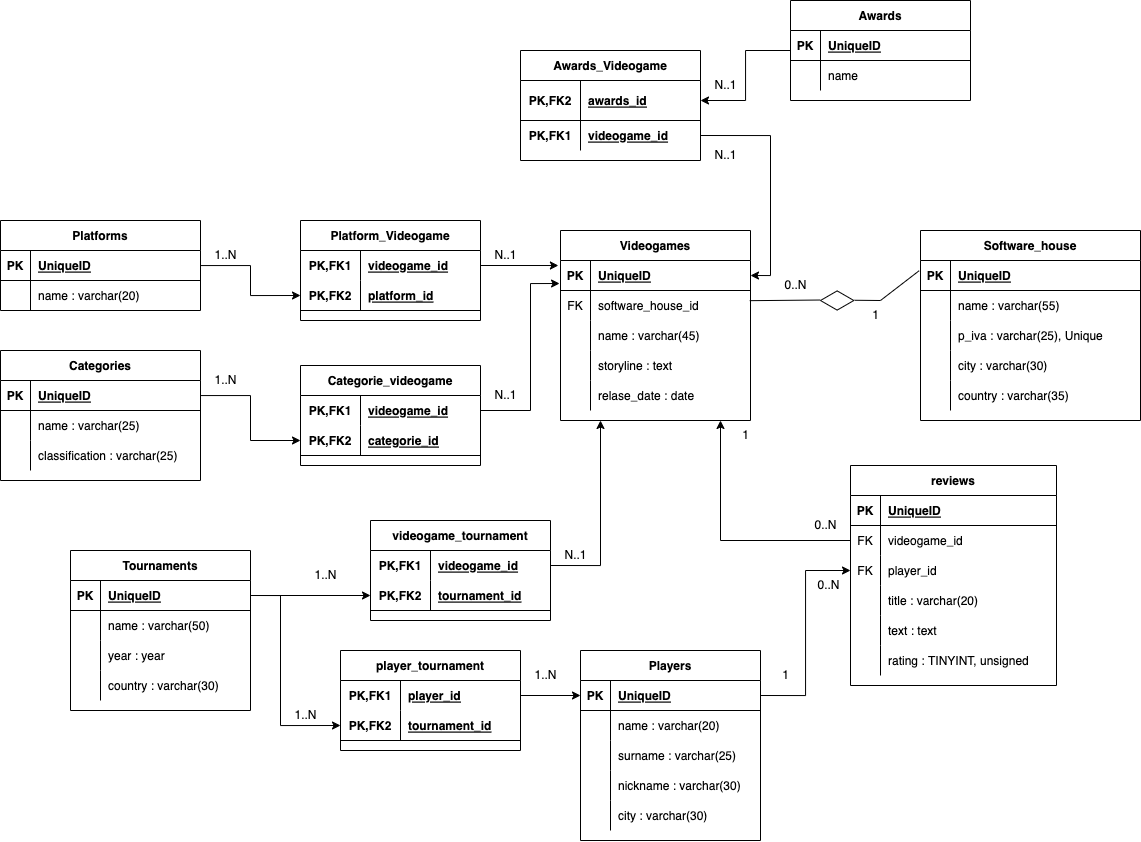
Above: DB-videogames.png in Andreaboldrin97/db-videogames (draw.io), before the change. Source tidied: cells renumbered, new cells last; positions are measured from the earlier drawing's top-left corner, leaving out a move shared by most shapes.
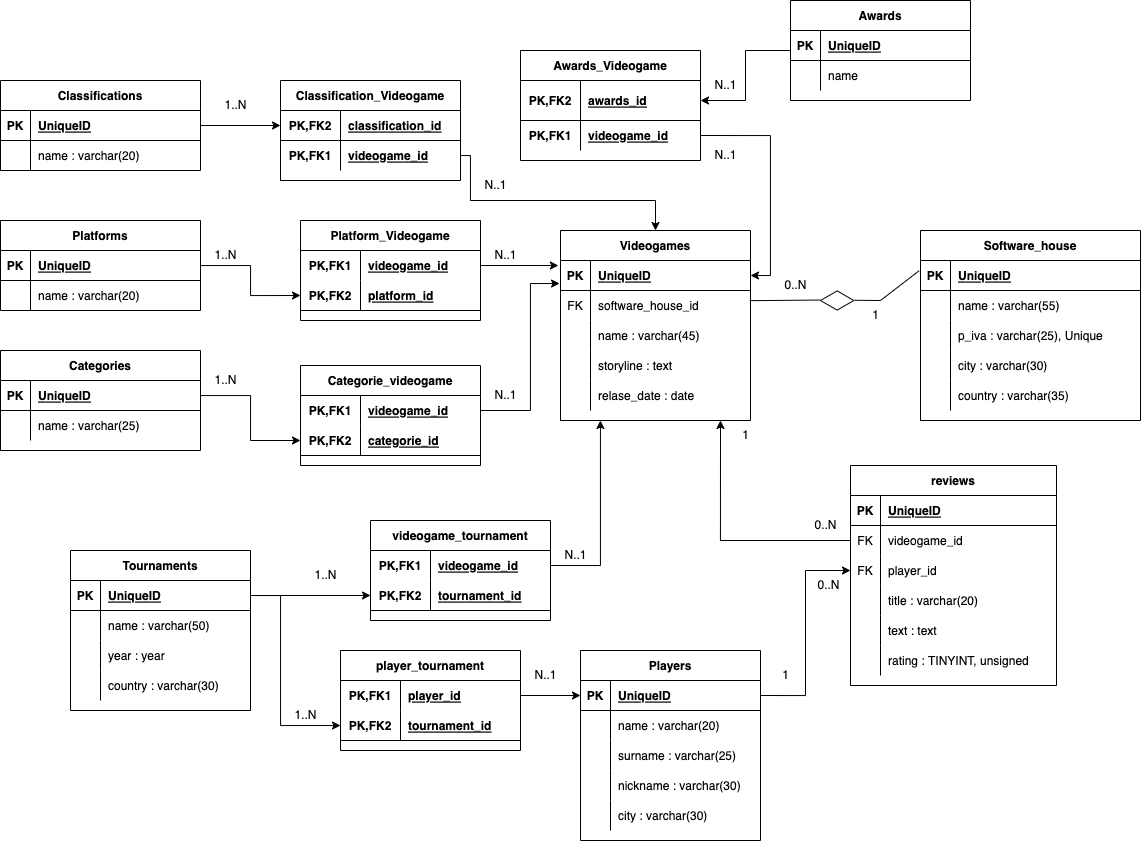
After the commit.

What changed in the source:
```diff
@@ -3,7 +3,7 @@
     <mxCell id="0" />
     <mxCell id="1" parent="0" />
     <mxCell id="2" value="Categories" style="shape=table;startSize=30;rowLines=0;fontStyle=1;align=center;" parent="1" vertex="1">
-      <mxGeometry y="350" width="200" height="130" as="geometry" />
+      <mxGeometry y="350" width="200" height="100" as="geometry" />
     </mxCell>
     <mxCell id="3" style="shape=tableRow;horizontal=0;startSize=0;swimlaneHead=0;swimlaneBody=0;fillColor=none;points=[[0,0.5],[1,0.5]];portConstraint=eastwest;top=0;left=0;right=0;bottom=1;" parent="2" vertex="1">
       <mxGeometry y="30" width="200" height="30" as="geometry" />
@@ -23,15 +23,6 @@
     <mxCell id="8" value="name : varchar(25)" style="shape=partialRectangle;fillColor=none;top=0;left=0;bottom=0;right=0;align=left;spacingLeft=6;overflow=hidden;" parent="6" vertex="1">
       <mxGeometry x="30" width="170" height="30" as="geometry" />
     </mxCell>
-    <mxCell id="9" style="shape=tableRow;horizontal=0;startSize=0;swimlaneHead=0;swimlaneBody=0;fillColor=none;top=0;left=0;right=0;bottom=0;" parent="2" vertex="1">
-      <mxGeometry y="90" width="200" height="30" as="geometry" />
-    </mxCell>
-    <mxCell id="10" style="shape=partialRectangle;fillColor=none;top=0;left=0;bottom=0;right=0;overflow=hidden;" parent="9" vertex="1">
-      <mxGeometry width="30" height="30" as="geometry" />
-    </mxCell>
-    <mxCell id="11" value="classification : varchar(25)" style="shape=partialRectangle;fillColor=none;top=0;left=0;bottom=0;right=0;align=left;spacingLeft=6;overflow=hidden;" parent="9" vertex="1">
-      <mxGeometry x="30" width="170" height="30" as="geometry" />
-    </mxCell>
     <mxCell id="12" value="Videogames" style="shape=table;startSize=30;rowLines=0;fontStyle=1;align=center;" parent="1" vertex="1">
       <mxGeometry x="560" y="230" width="190" height="190" as="geometry" />
     </mxCell>
@@ -462,7 +453,7 @@
     <mxCell id="147" value="&lt;font style=&quot;font-size: 12px;&quot;&gt;1..N&lt;/font&gt;" style="text;html=1;align=center;verticalAlign=middle;strokeColor=none;fillColor=none;" parent="1" vertex="1">
       <mxGeometry x="280" y="700" width="50" height="30" as="geometry" />
     </mxCell>
-    <mxCell id="148" value="&lt;font style=&quot;font-size: 12px;&quot;&gt;1..N&lt;/font&gt;" style="text;html=1;align=center;verticalAlign=middle;strokeColor=none;fillColor=none;" parent="1" vertex="1">
+    <mxCell id="148" value="N..1" style="text;html=1;align=center;verticalAlign=middle;strokeColor=none;fillColor=none;" parent="1" vertex="1">
       <mxGeometry x="520" y="660" width="50" height="30" as="geometry" />
     </mxCell>
     <mxCell id="149" value="N..1" style="text;html=1;align=center;verticalAlign=middle;strokeColor=none;fillColor=none;" parent="1" vertex="1">
@@ -534,5 +525,65 @@
     <mxCell id="171" value="N..1" style="text;html=1;align=center;verticalAlign=middle;strokeColor=none;fillColor=none;" parent="1" vertex="1">
       <mxGeometry x="700" y="140" width="50" height="30" as="geometry" />
     </mxCell>
+    <mxCell id="172" value="Classifications" style="shape=table;startSize=30;rowLines=0;fontStyle=1;align=center;" parent="1" vertex="1">
+      <mxGeometry y="80" width="200" height="90" as="geometry" />
+    </mxCell>
+    <mxCell id="173" style="shape=tableRow;horizontal=0;startSize=0;swimlaneHead=0;swimlaneBody=0;fillColor=none;points=[[0,0.5],[1,0.5]];portConstraint=eastwest;top=0;left=0;right=0;bottom=1;" parent="172" vertex="1">
+      <mxGeometry y="30" width="200" height="30" as="geometry" />
+    </mxCell>
+    <mxCell id="174" value="PK" style="shape=partialRectangle;fillColor=none;top=0;left=0;bottom=0;right=0;fontStyle=1;overflow=hidden;" parent="173" vertex="1">
+      <mxGeometry width="30" height="30" as="geometry" />
+    </mxCell>
+    <mxCell id="175" value="UniqueID" style="shape=partialRectangle;fillColor=none;top=0;left=0;bottom=0;right=0;align=left;spacingLeft=6;fontStyle=5;overflow=hidden;" parent="173" vertex="1">
+      <mxGeometry x="30" width="170" height="30" as="geometry" />
+    </mxCell>
+    <mxCell id="176" style="shape=tableRow;horizontal=0;startSize=0;swimlaneHead=0;swimlaneBody=0;fillColor=none;top=0;left=0;right=0;bottom=0;" parent="172" vertex="1">
+      <mxGeometry y="60" width="200" height="30" as="geometry" />
+    </mxCell>
+    <mxCell id="10" style="shape=partialRectangle;fillColor=none;top=0;left=0;bottom=0;right=0;overflow=hidden;" parent="176" vertex="1">
+      <mxGeometry width="30" height="30" as="geometry" />
+    </mxCell>
+    <mxCell id="177" value="name : varchar(20)" style="shape=partialRectangle;fillColor=none;top=0;left=0;bottom=0;right=0;align=left;spacingLeft=6;overflow=hidden;" parent="176" vertex="1">
+      <mxGeometry x="30" width="170" height="30" as="geometry" />
+    </mxCell>
+    <mxCell id="178" value="Classification_Videogame" style="shape=table;startSize=30;rowLines=0;fontStyle=1;align=center;fontSize=12;" parent="1" vertex="1">
+      <mxGeometry x="280" y="80" width="180" height="100" as="geometry" />
+    </mxCell>
+    <mxCell id="179" style="shape=tableRow;horizontal=0;startSize=0;swimlaneHead=0;swimlaneBody=0;fillColor=none;points=[[0,0.5],[1,0.5]];portConstraint=eastwest;top=0;left=0;right=0;bottom=1;fontSize=12;" parent="178" vertex="1">
+      <mxGeometry y="30" width="180" height="30" as="geometry" />
+    </mxCell>
+    <mxCell id="180" value="PK,FK2" style="shape=partialRectangle;fillColor=none;top=0;left=0;bottom=0;right=0;fontStyle=1;overflow=hidden;fontSize=12;" parent="179" vertex="1">
+      <mxGeometry width="60" height="30" as="geometry" />
+    </mxCell>
+    <mxCell id="181" value="classification_id" style="shape=partialRectangle;fillColor=none;top=0;left=0;bottom=0;right=0;align=left;spacingLeft=6;fontStyle=5;overflow=hidden;fontSize=12;" parent="179" vertex="1">
+      <mxGeometry x="60" width="120" height="30" as="geometry" />
+    </mxCell>
+    <mxCell id="182" style="shape=tableRow;horizontal=0;startSize=0;swimlaneHead=0;swimlaneBody=0;fillColor=none;points=[[0,0.5],[1,0.5]];portConstraint=eastwest;top=0;left=0;right=0;bottom=0;fontSize=12;" parent="178" vertex="1">
+      <mxGeometry y="60" width="180" height="30" as="geometry" />
+    </mxCell>
+    <mxCell id="183" value="PK,FK1" style="shape=partialRectangle;fillColor=none;top=0;left=0;bottom=0;right=0;fontStyle=1;overflow=hidden;fontSize=12;" parent="182" vertex="1">
+      <mxGeometry width="60" height="30" as="geometry" />
+    </mxCell>
+    <mxCell id="184" value="videogame_id" style="shape=partialRectangle;fillColor=none;top=0;left=0;bottom=0;right=0;align=left;spacingLeft=6;fontStyle=5;overflow=hidden;fontSize=12;" parent="182" vertex="1">
+      <mxGeometry x="60" width="120" height="30" as="geometry" />
+    </mxCell>
+    <mxCell id="185" style="edgeStyle=orthogonalEdgeStyle;rounded=0;jettySize=auto;html=1;exitX=1;exitY=0.5;exitDx=0;exitDy=0;fontSize=12;" parent="1" edge="1" source="182" target="12">
+      <mxGeometry relative="1" as="geometry">
+        <Array as="points">
+          <mxPoint x="470" y="155" />
+          <mxPoint x="470" y="200" />
+          <mxPoint x="655" y="200" />
+        </Array>
+      </mxGeometry>
+    </mxCell>
+    <mxCell id="186" value="N..1" style="text;html=1;align=center;verticalAlign=middle;strokeColor=none;fillColor=none;" parent="1" vertex="1">
+      <mxGeometry x="470" y="170" width="50" height="30" as="geometry" />
+    </mxCell>
+    <mxCell id="187" style="edgeStyle=orthogonalEdgeStyle;rounded=0;jettySize=auto;html=1;exitX=1;exitY=0.5;exitDx=0;exitDy=0;entryX=0;entryY=0.5;entryDx=0;entryDy=0;fontSize=12;" parent="1" edge="1" source="173" target="179">
+      <mxGeometry relative="1" as="geometry" />
+    </mxCell>
+    <mxCell id="188" value="&lt;font style=&quot;font-size: 12px;&quot;&gt;1..N&lt;/font&gt;" style="text;html=1;align=center;verticalAlign=middle;strokeColor=none;fillColor=none;" parent="1" vertex="1">
+      <mxGeometry x="210" y="90" width="50" height="30" as="geometry" />
+    </mxCell>
   </root>
 </mxGraphModel>
```
